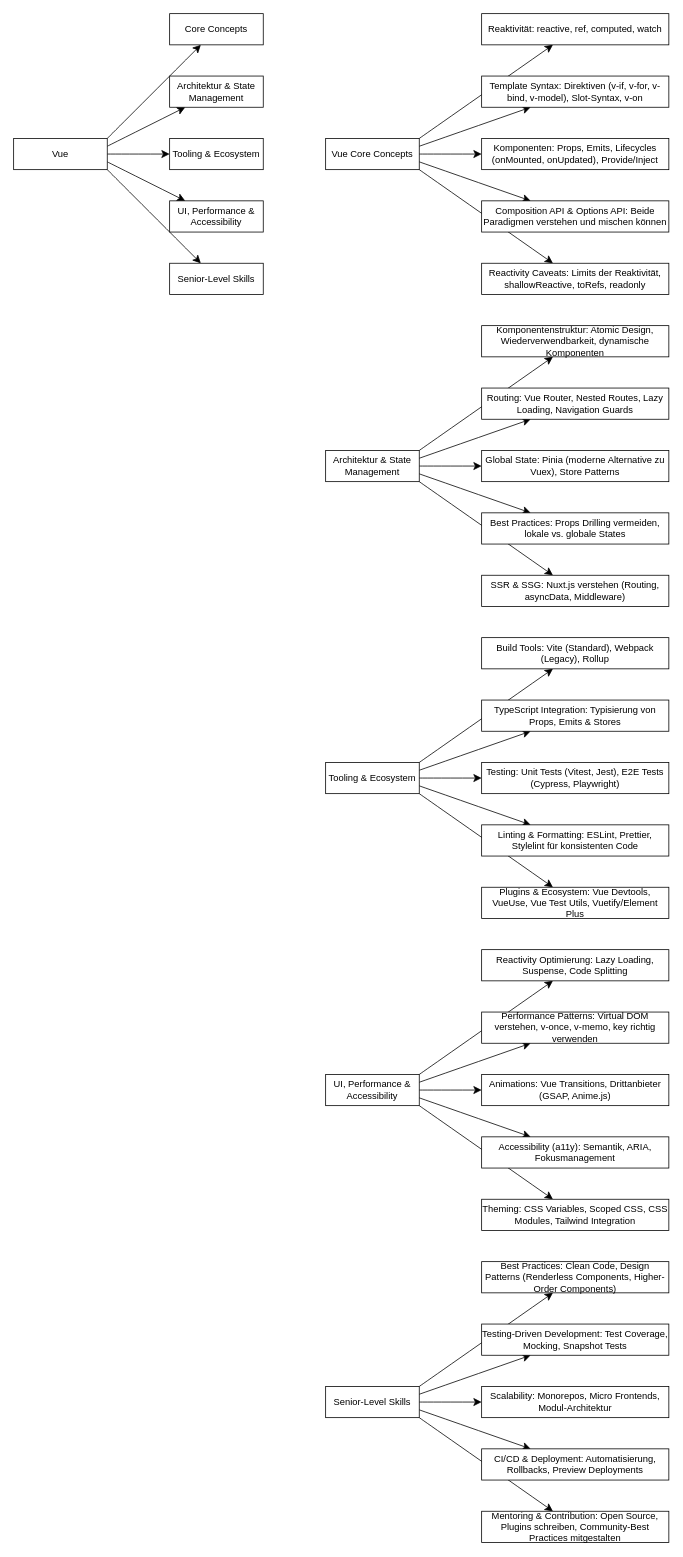
The draw.io diagram vue_root.drawio in kephalosk/drawio-diagrams, before the edit. Source tidied: cells renumbered, new cells numbered last; positions are measured from the earlier drawing's top-left corner, leaving out a move shared by most shapes. Both pictures are drawn from the tidied source at 78%, with x=0, y=0 at pixel (13, 13).
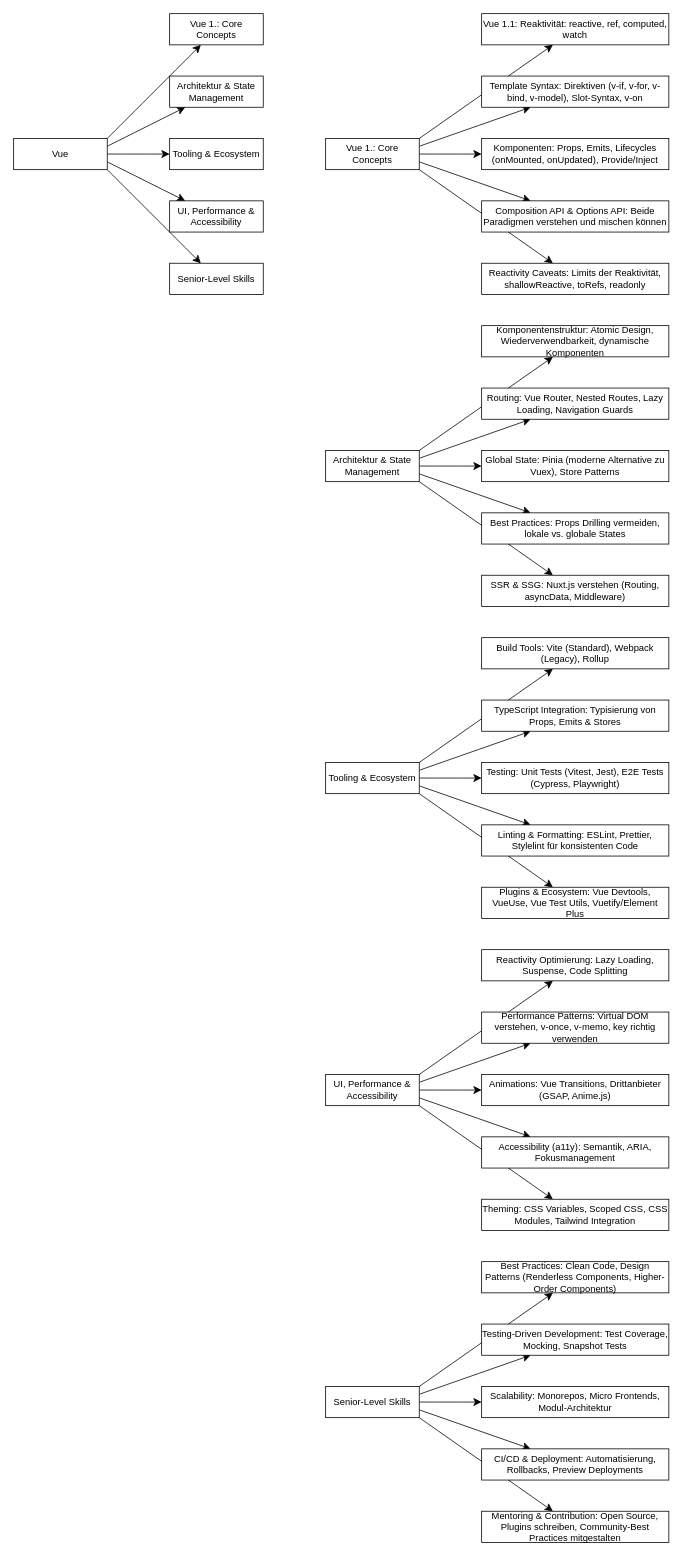
Above is the later version.

What changed in the source:
```diff
@@
-    <mxCell id="8" value="Core Concepts" style="rounded=0;whiteSpace=wrap;html=1;" parent="1" vertex="1">
+    <mxCell id="8" value="Vue 1.: Core Concepts" style="rounded=0;whiteSpace=wrap;html=1;" parent="1" vertex="1">
       <mxGeometry x="200" width="120" height="40" as="geometry" />
     </mxCell>
@@
-    <mxCell id="18" value="Vue Core Concepts" style="rounded=0;whiteSpace=wrap;html=1;" parent="1" vertex="1">
+    <mxCell id="18" value="Vue 1.: Core Concepts" style="rounded=0;whiteSpace=wrap;html=1;" parent="1" vertex="1">
       <mxGeometry x="400" y="160" width="120" height="40" as="geometry" />
     </mxCell>
-    <mxCell id="19" value="Reaktivität: reactive, ref, computed, watch" style="rounded=0;whiteSpace=wrap;html=1;" parent="1" vertex="1">
+    <mxCell id="19" value="Vue 1.1: Reaktivität: reactive, ref, computed, watch" style="rounded=0;whiteSpace=wrap;html=1;" parent="1" vertex="1">
       <mxGeometry x="600" width="240" height="40" as="geometry" />
     </mxCell>
```
